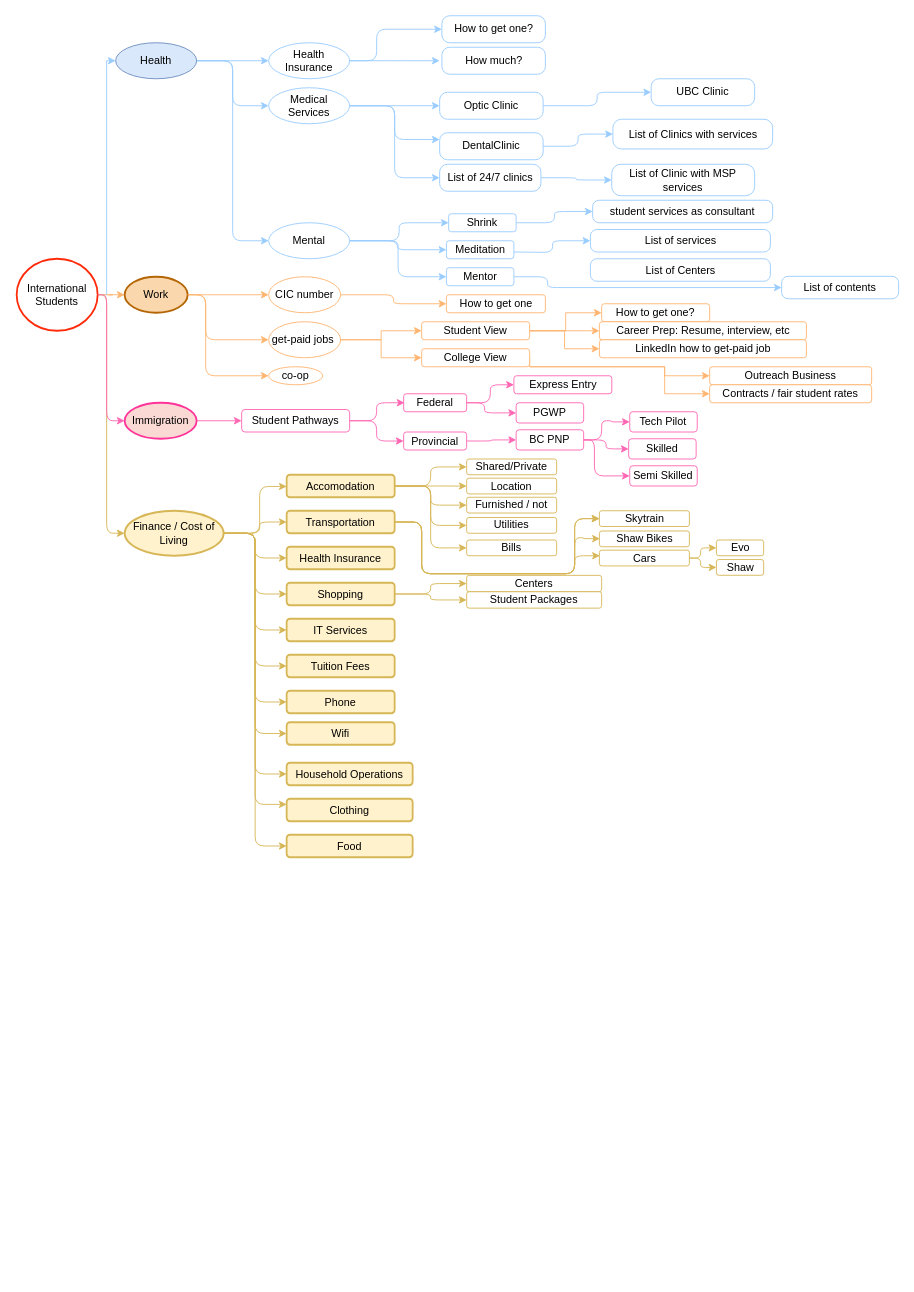
Before: Untitled Diagram.drawio in Elaheh-sharafian/portfolio, a draw.io diagram. Source tidied: cells renumbered, new cells numbered last; positions are measured from the earlier drawing's top-left corner, leaving out a move shared by most shapes. Both pictures are drawn from the tidied source at 90%, with x=0, y=0 at pixel (16, 15).
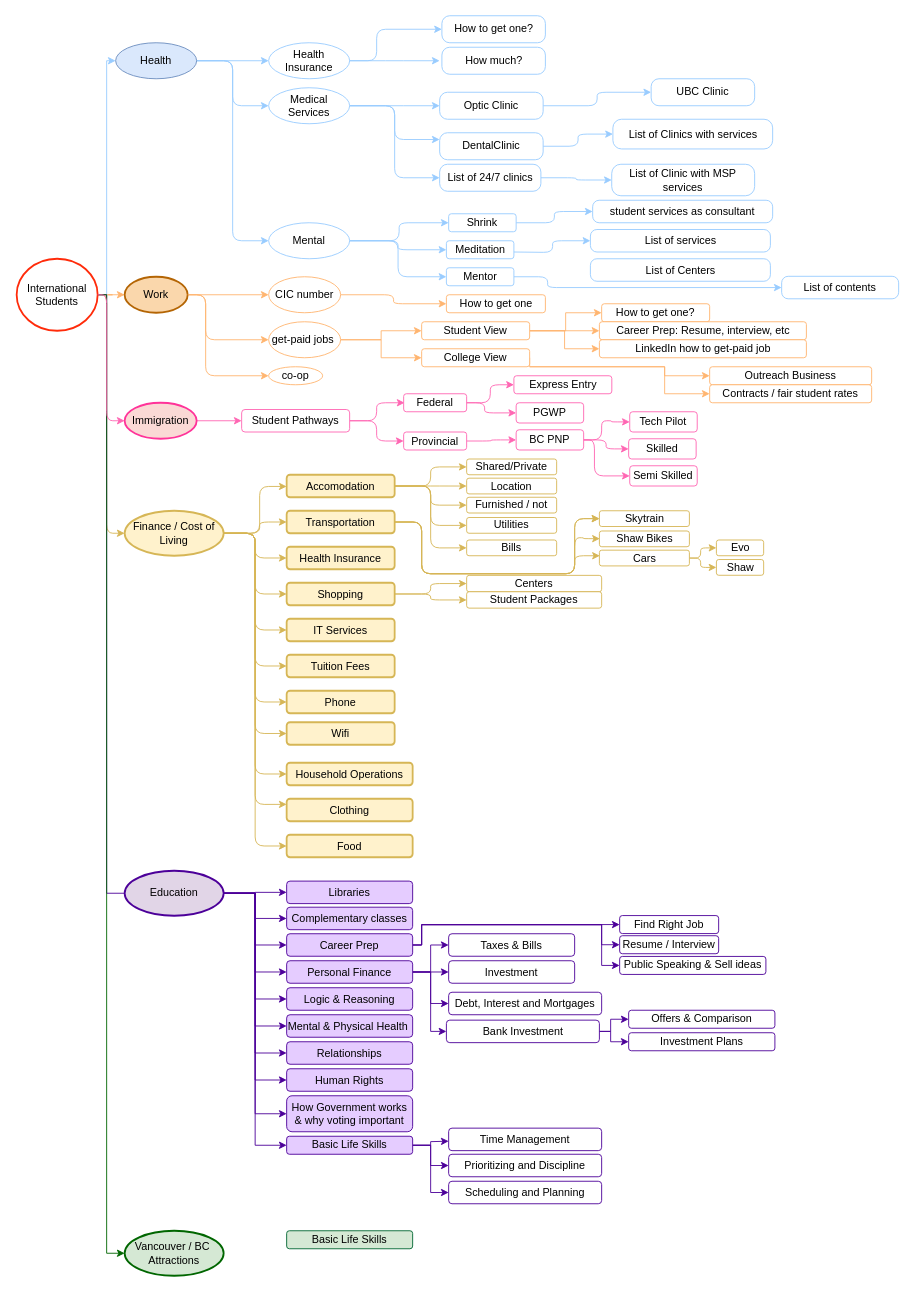
After the change.

Unchanged cells that the change refers to:
```xml
<mxCell id="5" value="International &lt;br&gt;Students" style="ellipse;whiteSpace=wrap;html=1;strokeWidth=2;strokeColor=#FF2B0A;" parent="1" vertex="1">
  <mxGeometry y="270" width="90" height="80" as="geometry" />
</mxCell>
```

Change to the diagram source:
```diff
@@
+    <mxCell id="135" style="edgeStyle=orthogonalEdgeStyle;rounded=0;jettySize=auto;html=1;exitX=1;exitY=0.5;exitDx=0;exitDy=0;entryX=0.028;entryY=0.351;entryDx=0;entryDy=0;entryPerimeter=0;strokeColor=#4C0099;" parent="1" edge="1" source="5" target="147">
+      <mxGeometry relative="1" as="geometry">
+        <Array as="points">
+          <mxPoint x="100" y="310" />
+          <mxPoint x="100" y="975" />
+          <mxPoint x="123" y="975" />
+        </Array>
+      </mxGeometry>
+    </mxCell>
+    <mxCell id="136" style="edgeStyle=orthogonalEdgeStyle;rounded=0;jettySize=auto;html=1;exitX=1;exitY=0.5;exitDx=0;exitDy=0;entryX=0;entryY=0.5;entryDx=0;entryDy=0;strokeColor=#006600;" parent="1" edge="1" source="5" target="177">
+      <mxGeometry relative="1" as="geometry">
+        <Array as="points">
+          <mxPoint x="100" y="310" />
+          <mxPoint x="100" y="1375" />
+        </Array>
+      </mxGeometry>
+    </mxCell>
@@
+    <mxCell id="137" style="edgeStyle=orthogonalEdgeStyle;rounded=0;jettySize=auto;html=1;entryX=0;entryY=0.5;entryDx=0;entryDy=0;strokeColor=#4C0099;" parent="1" edge="1" source="147" target="148">
+      <mxGeometry relative="1" as="geometry" />
+    </mxCell>
+    <mxCell id="138" style="edgeStyle=orthogonalEdgeStyle;rounded=0;jettySize=auto;html=1;entryX=0;entryY=0.5;entryDx=0;entryDy=0;strokeColor=#4C0099;" parent="1" edge="1" source="147" target="149">
+      <mxGeometry relative="1" as="geometry" />
+    </mxCell>
+    <mxCell id="139" style="edgeStyle=orthogonalEdgeStyle;rounded=0;jettySize=auto;html=1;exitX=1;exitY=0.5;exitDx=0;exitDy=0;entryX=0;entryY=0.5;entryDx=0;entryDy=0;strokeColor=#4C0099;" parent="1" edge="1" source="147" target="153">
+      <mxGeometry relative="1" as="geometry" />
+    </mxCell>
+    <mxCell id="140" style="edgeStyle=orthogonalEdgeStyle;rounded=0;jettySize=auto;html=1;exitX=1;exitY=0.5;exitDx=0;exitDy=0;entryX=0;entryY=0.5;entryDx=0;entryDy=0;strokeColor=#4C0099;" parent="1" edge="1" source="147" target="158">
+      <mxGeometry relative="1" as="geometry" />
+    </mxCell>
+    <mxCell id="141" style="edgeStyle=orthogonalEdgeStyle;rounded=0;jettySize=auto;html=1;entryX=0;entryY=0.5;entryDx=0;entryDy=0;strokeColor=#4C0099;" parent="1" edge="1" source="147" target="159">
+      <mxGeometry relative="1" as="geometry" />
+    </mxCell>
+    <mxCell id="142" style="edgeStyle=orthogonalEdgeStyle;rounded=0;jettySize=auto;html=1;exitX=1;exitY=0.5;exitDx=0;exitDy=0;entryX=0;entryY=0.5;entryDx=0;entryDy=0;strokeColor=#4C0099;" parent="1" edge="1" source="147" target="160">
+      <mxGeometry relative="1" as="geometry" />
+    </mxCell>
+    <mxCell id="143" style="edgeStyle=orthogonalEdgeStyle;rounded=0;jettySize=auto;html=1;exitX=1;exitY=0.5;exitDx=0;exitDy=0;entryX=0;entryY=0.5;entryDx=0;entryDy=0;strokeColor=#4C0099;" parent="1" edge="1" source="147" target="161">
+      <mxGeometry relative="1" as="geometry" />
+    </mxCell>
+    <mxCell id="144" style="edgeStyle=orthogonalEdgeStyle;rounded=0;jettySize=auto;html=1;entryX=0;entryY=0.5;entryDx=0;entryDy=0;strokeColor=#4C0099;" parent="1" edge="1" source="147" target="168">
+      <mxGeometry relative="1" as="geometry" />
+    </mxCell>
+    <mxCell id="145" style="edgeStyle=orthogonalEdgeStyle;rounded=0;jettySize=auto;html=1;exitX=1;exitY=0.5;exitDx=0;exitDy=0;entryX=0;entryY=0.5;entryDx=0;entryDy=0;strokeColor=#4C0099;" parent="1" edge="1" source="147" target="169">
+      <mxGeometry relative="1" as="geometry" />
+    </mxCell>
+    <mxCell id="146" style="edgeStyle=orthogonalEdgeStyle;rounded=0;jettySize=auto;html=1;exitX=1;exitY=0.5;exitDx=0;exitDy=0;entryX=0;entryY=0.5;entryDx=0;entryDy=0;strokeColor=#4C0099;" parent="1" edge="1" source="147" target="173">
+      <mxGeometry relative="1" as="geometry" />
+    </mxCell>
+    <mxCell id="147" value="Education" style="ellipse;whiteSpace=wrap;html=1;strokeWidth=2;fillColor=#e1d5e7;strokeColor=#4C0099;" parent="1" vertex="1">
+      <mxGeometry x="120" y="950" width="110" height="50" as="geometry" />
+    </mxCell>
+    <mxCell id="148" value="Libraries" style="whiteSpace=wrap;html=1;strokeWidth=1;rounded=1;fillColor=#E5CCFF;strokeColor=#4C0099;" parent="1" vertex="1">
+      <mxGeometry x="300" y="961.5" width="140" height="25" as="geometry" />
+    </mxCell>
+    <mxCell id="149" value="Complementary classes" style="whiteSpace=wrap;html=1;strokeWidth=1;rounded=1;fillColor=#E5CCFF;strokeColor=#4C0099;" parent="1" vertex="1">
+      <mxGeometry x="300" y="990.5" width="140" height="25" as="geometry" />
+    </mxCell>
+    <mxCell id="150" style="edgeStyle=orthogonalEdgeStyle;rounded=0;jettySize=auto;html=1;entryX=0;entryY=0.5;entryDx=0;entryDy=0;strokeColor=#4C0099;" parent="1" edge="1" source="153" target="165">
+      <mxGeometry relative="1" as="geometry">
+        <Array as="points">
+          <mxPoint x="450" y="1033" />
+          <mxPoint x="450" y="1010" />
+        </Array>
+      </mxGeometry>
+    </mxCell>
+    <mxCell id="151" style="edgeStyle=orthogonalEdgeStyle;rounded=0;jettySize=auto;html=1;entryX=0;entryY=0.5;entryDx=0;entryDy=0;strokeColor=#4C0099;" parent="1" edge="1" source="153" target="166">
+      <mxGeometry relative="1" as="geometry">
+        <Array as="points">
+          <mxPoint x="450" y="1033" />
+          <mxPoint x="450" y="1010" />
+          <mxPoint x="650" y="1010" />
+          <mxPoint x="650" y="1032" />
+        </Array>
+      </mxGeometry>
+    </mxCell>
+    <mxCell id="152" style="edgeStyle=orthogonalEdgeStyle;rounded=0;jettySize=auto;html=1;exitX=1;exitY=0.5;exitDx=0;exitDy=0;entryX=0;entryY=0.5;entryDx=0;entryDy=0;strokeColor=#4C0099;" parent="1" edge="1" source="153" target="167">
+      <mxGeometry relative="1" as="geometry">
+        <Array as="points">
+          <mxPoint x="450" y="1033" />
+          <mxPoint x="450" y="1010" />
+          <mxPoint x="650" y="1010" />
+          <mxPoint x="650" y="1055" />
+        </Array>
+      </mxGeometry>
+    </mxCell>
+    <mxCell id="153" value="Career Prep" style="whiteSpace=wrap;html=1;strokeWidth=1;rounded=1;fillColor=#E5CCFF;strokeColor=#4C0099;" parent="1" vertex="1">
+      <mxGeometry x="300" y="1020" width="140" height="25" as="geometry" />
+    </mxCell>
+    <mxCell id="154" style="edgeStyle=orthogonalEdgeStyle;rounded=0;jettySize=auto;html=1;strokeColor=#4C0099;entryX=0;entryY=0.5;entryDx=0;entryDy=0;" parent="1" edge="1" source="158" target="162">
+      <mxGeometry relative="1" as="geometry">
+        <Array as="points">
+          <mxPoint x="460" y="1063" />
+          <mxPoint x="460" y="1033" />
+        </Array>
+      </mxGeometry>
+    </mxCell>
+    <mxCell id="155" style="edgeStyle=orthogonalEdgeStyle;rounded=0;jettySize=auto;html=1;exitX=1;exitY=0.5;exitDx=0;exitDy=0;entryX=0;entryY=0.5;entryDx=0;entryDy=0;strokeColor=#4C0099;" parent="1" edge="1" source="158" target="163">
+      <mxGeometry relative="1" as="geometry" />
+    </mxCell>
+    <mxCell id="156" style="edgeStyle=orthogonalEdgeStyle;rounded=0;jettySize=auto;html=1;exitX=1;exitY=0.5;exitDx=0;exitDy=0;entryX=0;entryY=0.5;entryDx=0;entryDy=0;strokeColor=#4C0099;" parent="1" edge="1" source="158" target="164">
+      <mxGeometry relative="1" as="geometry">
+        <Array as="points">
+          <mxPoint x="460" y="1063" />
+          <mxPoint x="460" y="1098" />
+        </Array>
+      </mxGeometry>
+    </mxCell>
+    <mxCell id="157" style="edgeStyle=orthogonalEdgeStyle;rounded=0;jettySize=auto;html=1;exitX=1;exitY=0.5;exitDx=0;exitDy=0;entryX=0;entryY=0.5;entryDx=0;entryDy=0;strokeColor=#4C0099;" parent="1" edge="1" source="158" target="180">
+      <mxGeometry relative="1" as="geometry">
+        <Array as="points">
+          <mxPoint x="460" y="1063" />
+          <mxPoint x="460" y="1129" />
+        </Array>
+      </mxGeometry>
+    </mxCell>
+    <mxCell id="158" value="Personal Finance" style="whiteSpace=wrap;html=1;strokeWidth=1;rounded=1;fillColor=#E5CCFF;strokeColor=#4C0099;" parent="1" vertex="1">
+      <mxGeometry x="300" y="1050" width="140" height="25" as="geometry" />
+    </mxCell>
+    <mxCell id="159" value="Logic &amp;amp; Reasoning" style="whiteSpace=wrap;html=1;strokeWidth=1;rounded=1;fillColor=#E5CCFF;strokeColor=#4C0099;" parent="1" vertex="1">
+      <mxGeometry x="300" y="1080" width="140" height="25" as="geometry" />
+    </mxCell>
+    <mxCell id="160" value="Mental &amp;amp; Physical Health&amp;nbsp;" style="whiteSpace=wrap;html=1;strokeWidth=1;rounded=1;fillColor=#E5CCFF;strokeColor=#4C0099;" parent="1" vertex="1">
+      <mxGeometry x="300" y="1110" width="140" height="25" as="geometry" />
+    </mxCell>
+    <mxCell id="161" value="Relationships" style="whiteSpace=wrap;html=1;strokeWidth=1;rounded=1;fillColor=#E5CCFF;strokeColor=#4C0099;" parent="1" vertex="1">
+      <mxGeometry x="300" y="1140" width="140" height="25" as="geometry" />
+    </mxCell>
+    <mxCell id="162" value="Taxes &amp;amp; Bills" style="whiteSpace=wrap;html=1;strokeWidth=1;rounded=1;strokeColor=#4C0099;fillColor=#FFFFFF;" parent="1" vertex="1">
+      <mxGeometry x="480" y="1020" width="140" height="25" as="geometry" />
+    </mxCell>
+    <mxCell id="163" value="Investment" style="whiteSpace=wrap;html=1;strokeWidth=1;rounded=1;strokeColor=#4C0099;fillColor=#FFFFFF;" parent="1" vertex="1">
+      <mxGeometry x="480" y="1050" width="140" height="25" as="geometry" />
+    </mxCell>
+    <mxCell id="164" value="Debt, Interest and Mortgages" style="whiteSpace=wrap;html=1;strokeWidth=1;rounded=1;strokeColor=#4C0099;fillColor=#FFFFFF;" parent="1" vertex="1">
+      <mxGeometry x="480" y="1085" width="170" height="25" as="geometry" />
+    </mxCell>
+    <mxCell id="165" value="Find Right Job" style="whiteSpace=wrap;html=1;strokeWidth=1;rounded=1;strokeColor=#4C0099;fillColor=#FFFFFF;" parent="1" vertex="1">
+      <mxGeometry x="670" y="999.8" width="110" height="20" as="geometry" />
+    </mxCell>
+    <mxCell id="166" value="Resume / Interview" style="whiteSpace=wrap;html=1;strokeWidth=1;rounded=1;strokeColor=#4C0099;fillColor=#FFFFFF;" parent="1" vertex="1">
+      <mxGeometry x="670" y="1022.2" width="110" height="20" as="geometry" />
+    </mxCell>
+    <mxCell id="167" value="Public Speaking &amp;amp; Sell ideas" style="whiteSpace=wrap;html=1;strokeWidth=1;rounded=1;strokeColor=#4C0099;fillColor=#FFFFFF;" parent="1" vertex="1">
+      <mxGeometry x="670" y="1045.2" width="162.5" height="20" as="geometry" />
+    </mxCell>
+    <mxCell id="168" value="Human Rights" style="whiteSpace=wrap;html=1;strokeWidth=1;rounded=1;fillColor=#E5CCFF;strokeColor=#4C0099;" parent="1" vertex="1">
+      <mxGeometry x="300" y="1170" width="140" height="25" as="geometry" />
+    </mxCell>
+    <mxCell id="169" value="How Government works &amp;amp; why voting important" style="whiteSpace=wrap;html=1;strokeWidth=1;rounded=1;fillColor=#E5CCFF;strokeColor=#4C0099;" parent="1" vertex="1">
+      <mxGeometry x="300" y="1200" width="140" height="40" as="geometry" />
+    </mxCell>
+    <mxCell id="170" style="edgeStyle=orthogonalEdgeStyle;rounded=0;jettySize=auto;html=1;entryX=0;entryY=0.5;entryDx=0;entryDy=0;strokeColor=#4C0099;" parent="1" edge="1" source="173">
+      <mxGeometry relative="1" as="geometry">
+        <mxPoint x="480" y="1250.5" as="targetPoint" />
+      </mxGeometry>
+    </mxCell>
+    <mxCell id="171" style="edgeStyle=orthogonalEdgeStyle;rounded=0;jettySize=auto;html=1;exitX=1;exitY=0.5;exitDx=0;exitDy=0;entryX=0;entryY=0.5;entryDx=0;entryDy=0;strokeColor=#4C0099;" parent="1" edge="1" source="173" target="175">
+      <mxGeometry relative="1" as="geometry" />
+    </mxCell>
+    <mxCell id="172" style="edgeStyle=orthogonalEdgeStyle;rounded=0;jettySize=auto;html=1;entryX=0;entryY=0.5;entryDx=0;entryDy=0;strokeColor=#4C0099;" parent="1" edge="1" source="173" target="176">
+      <mxGeometry relative="1" as="geometry" />
+    </mxCell>
+    <mxCell id="173" value="Basic Life Skills" style="whiteSpace=wrap;html=1;strokeWidth=1;rounded=1;fillColor=#E5CCFF;strokeColor=#4C0099;" parent="1" vertex="1">
+      <mxGeometry x="300" y="1245" width="140" height="20" as="geometry" />
+    </mxCell>
+    <mxCell id="174" value="Time Management" style="whiteSpace=wrap;html=1;strokeWidth=1;rounded=1;strokeColor=#4C0099;fillColor=#FFFFFF;" parent="1" vertex="1">
+      <mxGeometry x="480" y="1236" width="170" height="25" as="geometry" />
+    </mxCell>
+    <mxCell id="175" value="Prioritizing and Discipline" style="whiteSpace=wrap;html=1;strokeWidth=1;rounded=1;strokeColor=#4C0099;fillColor=#FFFFFF;" parent="1" vertex="1">
+      <mxGeometry x="480" y="1265" width="170" height="25" as="geometry" />
+    </mxCell>
+    <mxCell id="176" value="Scheduling and Planning" style="whiteSpace=wrap;html=1;strokeWidth=1;rounded=1;strokeColor=#4C0099;fillColor=#FFFFFF;" parent="1" vertex="1">
+      <mxGeometry x="480" y="1295" width="170" height="25" as="geometry" />
+    </mxCell>
+    <mxCell id="177" value="Vancouver / BC&amp;nbsp;&lt;br&gt;Attractions" style="ellipse;whiteSpace=wrap;html=1;strokeWidth=2;fillColor=#d5e8d4;strokeColor=#006600;" parent="1" vertex="1">
+      <mxGeometry x="120" y="1350" width="110" height="50" as="geometry" />
+    </mxCell>
+    <mxCell id="178" style="edgeStyle=orthogonalEdgeStyle;rounded=0;jettySize=auto;html=1;exitX=1;exitY=0.5;exitDx=0;exitDy=0;entryX=0;entryY=0.5;entryDx=0;entryDy=0;strokeColor=#4C0099;" parent="1" edge="1" source="180" target="181">
+      <mxGeometry relative="1" as="geometry">
+        <Array as="points">
+          <mxPoint x="660" y="1129" />
+          <mxPoint x="660" y="1115" />
+        </Array>
+      </mxGeometry>
+    </mxCell>
+    <mxCell id="179" style="edgeStyle=orthogonalEdgeStyle;rounded=0;jettySize=auto;html=1;entryX=0;entryY=0.5;entryDx=0;entryDy=0;strokeColor=#4C0099;" parent="1" edge="1" source="180" target="182">
+      <mxGeometry relative="1" as="geometry">
+        <Array as="points">
+          <mxPoint x="660" y="1129" />
+          <mxPoint x="660" y="1140" />
+        </Array>
+      </mxGeometry>
+    </mxCell>
+    <mxCell id="180" value="Bank Investment" style="whiteSpace=wrap;html=1;strokeWidth=1;rounded=1;strokeColor=#4C0099;fillColor=#FFFFFF;" parent="1" vertex="1">
+      <mxGeometry x="477.5" y="1116" width="170" height="25" as="geometry" />
+    </mxCell>
+    <mxCell id="181" value="Offers &amp;amp; Comparison" style="whiteSpace=wrap;html=1;strokeWidth=1;rounded=1;strokeColor=#4C0099;fillColor=#FFFFFF;" parent="1" vertex="1">
+      <mxGeometry x="680" y="1105" width="162.5" height="20" as="geometry" />
+    </mxCell>
+    <mxCell id="182" value="Investment Plans" style="whiteSpace=wrap;html=1;strokeWidth=1;rounded=1;strokeColor=#4C0099;fillColor=#FFFFFF;" parent="1" vertex="1">
+      <mxGeometry x="680" y="1130" width="162.5" height="20" as="geometry" />
+    </mxCell>
+    <mxCell id="183" value="Basic Life Skills" style="whiteSpace=wrap;html=1;strokeWidth=1;rounded=1;fillColor=#D5E8D4;strokeColor=#006633;" parent="1" vertex="1">
+      <mxGeometry x="300" y="1350" width="140" height="20" as="geometry" />
+    </mxCell>
```
